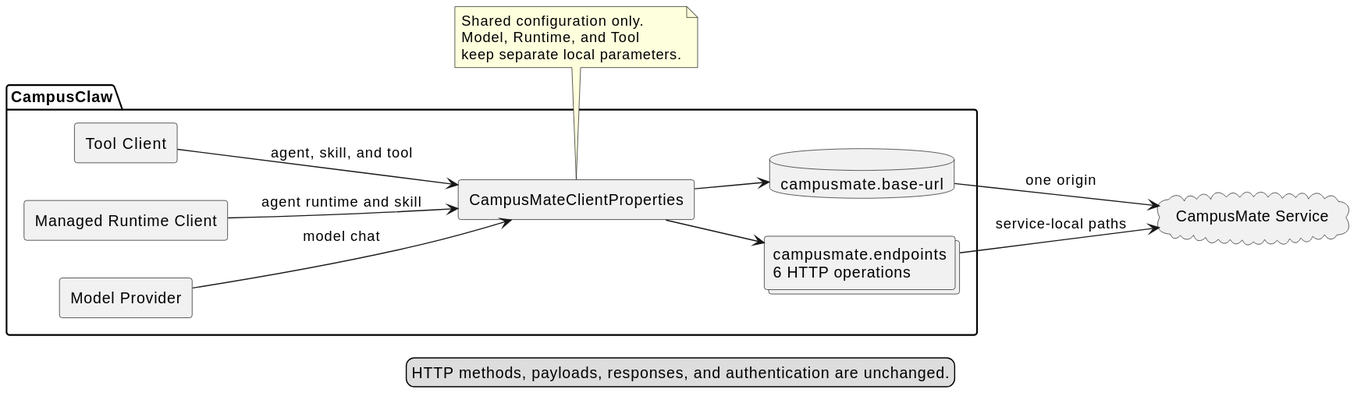
Above: docs/designs/campusmate-shared-config/campusmate_shared_configuration.svg in 2862282695gjh-afk/pi-mono-java (PlantUML), before the change.
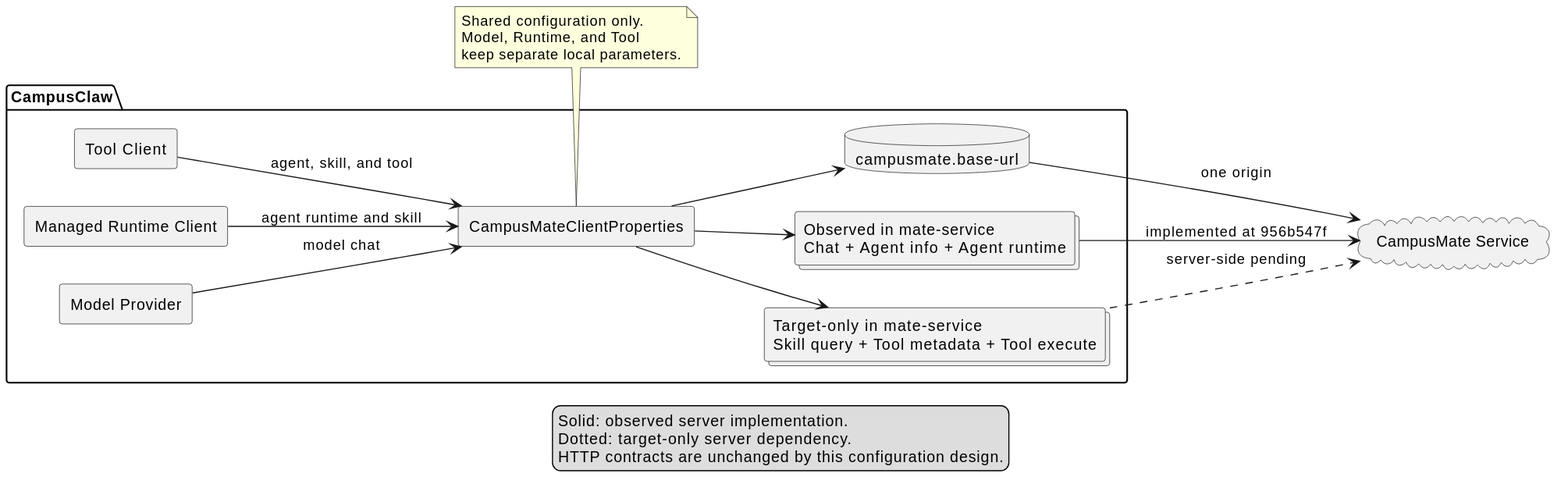
After the commit.

Commit message:
docs(campusmate): 补充实现证据与接口状态

Change to the diagram source:
```diff
@@ -9,7 +9,8 @@
   component "Tool Client" as tool
   component "CampusMateClientProperties" as properties
   database "campusmate.base-url" as base
-  collections "campusmate.endpoints\n6 HTTP operations" as endpoints
+  collections "Observed in mate-service\nChat + Agent info + Agent runtime" as observed
+  collections "Target-only in mate-service\nSkill query + Tool metadata + Tool execute" as target_only
 }
 
 cloud "CampusMate Service" as campusmate
@@ -18,9 +19,11 @@
 runtime --> properties : agent runtime and skill
 tool --> properties : agent, skill, and tool
 properties --> base
-properties --> endpoints
+properties --> observed
+properties --> target_only
 base --> campusmate : one origin
-endpoints --> campusmate : service-local paths
+observed --> campusmate : implemented at 956b547f
+target_only ..> campusmate : server-side pending
 
 note bottom of properties
   Shared configuration only.
@@ -29,6 +32,8 @@
 end note
 
 legend bottom
-  HTTP methods, payloads, responses, and authentication are unchanged.
+  Solid: observed server implementation.
+  Dotted: target-only server dependency.
+  HTTP contracts are unchanged by this configuration design.
 endlegend
 @enduml
```
